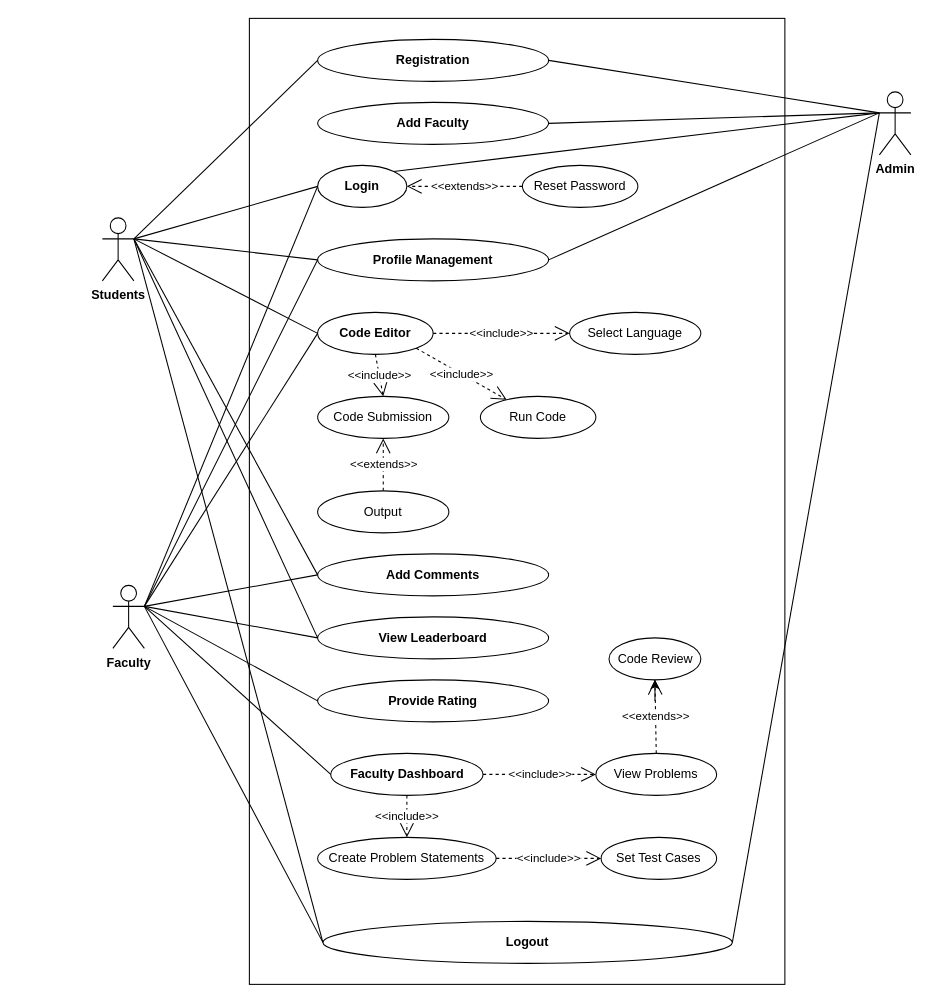
shamim36/Final-Defence-Diagram keeps this draw.io diagram as Use case Diagram.drawio. Above is the earlier version. Source tidied: cells renumbered, new cells numbered last; positions are measured from the earlier drawing's top-left corner, leaving out a move shared by most shapes. Both pictures are drawn from the tidied source at 105%, with x=0, y=0 at pixel (102, 18).
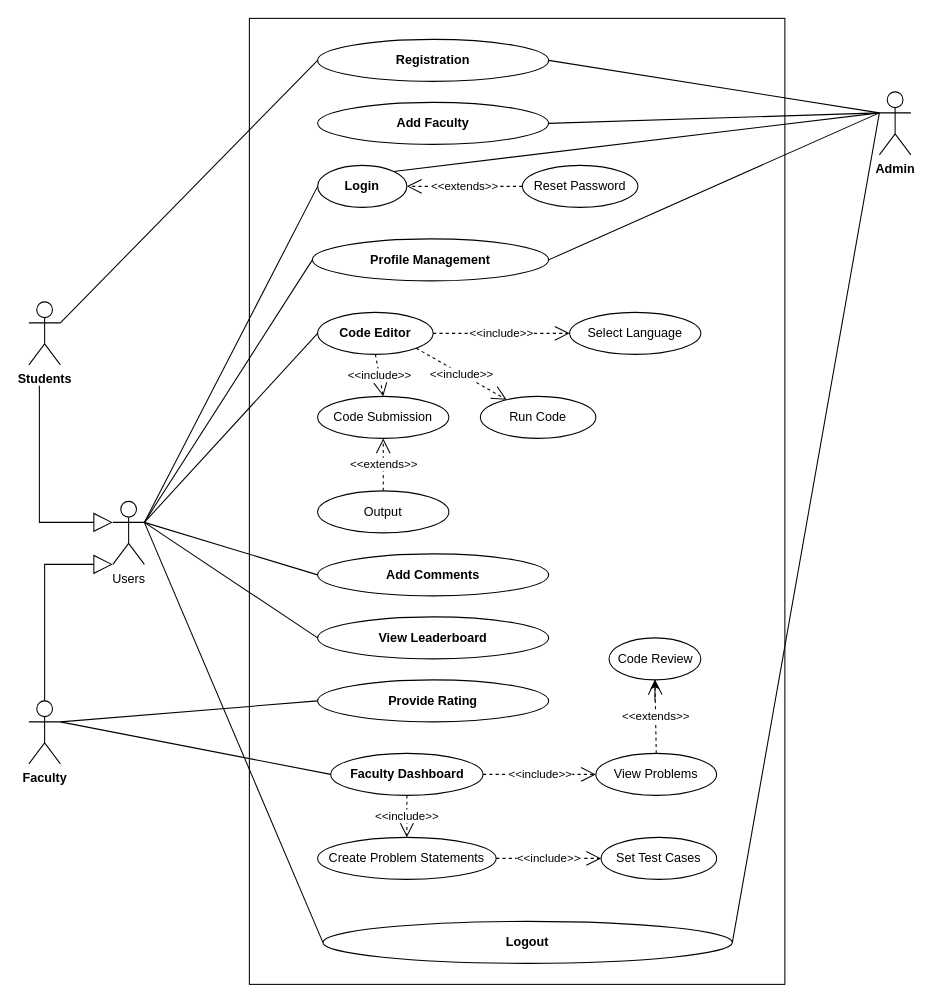
After the change.

Unchanged cells that the change refers to:
```xml
<mxCell id="7" value="&lt;b&gt;Logout&lt;/b&gt;" style="ellipse;whiteSpace=wrap;html=1;" parent="1" vertex="1">
  <mxGeometry x="210" y="860" width="390" height="40" as="geometry" />
</mxCell>
<mxCell id="13" value="&lt;b&gt;Login&lt;/b&gt;" style="ellipse;whiteSpace=wrap;html=1;" parent="1" vertex="1">
  <mxGeometry x="205" y="140" width="85" height="40" as="geometry" />
</mxCell>
<mxCell id="15" value="&lt;b&gt;Code Editor&lt;/b&gt;" style="ellipse;whiteSpace=wrap;html=1;" parent="1" vertex="1">
  <mxGeometry x="205" y="280" width="110" height="40" as="geometry" />
</mxCell>
<mxCell id="20" value="&lt;b&gt;Add Comments&lt;/b&gt;" style="ellipse;whiteSpace=wrap;html=1;" parent="1" vertex="1">
  <mxGeometry x="205" y="510" width="220" height="40" as="geometry" />
</mxCell>
<mxCell id="21" value="&lt;b&gt;View Leaderboard&lt;/b&gt;" style="ellipse;whiteSpace=wrap;html=1;" parent="1" vertex="1">
  <mxGeometry x="205" y="570" width="220" height="40" as="geometry" />
</mxCell>
```

What changed in the source:
```diff
@@
     <mxCell id="4" value="&lt;b&gt;Students&lt;/b&gt;" style="shape=umlActor;verticalLabelPosition=bottom;verticalAlign=top;html=1;outlineConnect=0;" parent="1" vertex="1">
-      <mxGeometry y="190" width="30" height="60" as="geometry" />
+      <mxGeometry x="-70" y="270" width="30" height="60" as="geometry" />
     </mxCell>
     <mxCell id="5" value="&lt;b&gt;Faculty&lt;/b&gt;" style="shape=umlActor;verticalLabelPosition=bottom;verticalAlign=top;html=1;outlineConnect=0;" parent="1" vertex="1">
-      <mxGeometry x="10" y="540" width="30" height="60" as="geometry" />
+      <mxGeometry x="-70" y="650" width="30" height="60" as="geometry" />
     </mxCell>
@@
     <mxCell id="8" value="&lt;b&gt;Profile Management&lt;/b&gt;" style="ellipse;whiteSpace=wrap;html=1;" parent="1" vertex="1">
-      <mxGeometry x="205" y="210" width="220" height="40" as="geometry" />
+      <mxGeometry x="200" y="210" width="225" height="40" as="geometry" />
     </mxCell>
@@
-    <mxCell id="36" style="endArrow=none;html=1;rounded=0;entryX=0;entryY=0.5;entryDx=0;entryDy=0;exitX=1;exitY=0.3333333333333333;exitDx=0;exitDy=0;exitPerimeter=0;" parent="1" edge="1" source="4" target="13">
-      <mxGeometry relative="1" as="geometry" />
-    </mxCell>
@@
-    <mxCell id="38" style="endArrow=none;html=1;rounded=0;entryX=0;entryY=0.5;entryDx=0;entryDy=0;exitX=1;exitY=0.3333333333333333;exitDx=0;exitDy=0;exitPerimeter=0;" parent="1" edge="1" source="5" target="13">
-      <mxGeometry relative="1" as="geometry" />
-    </mxCell>
-    <mxCell id="39" style="endArrow=none;html=1;rounded=0;entryX=0;entryY=0.5;entryDx=0;entryDy=0;exitX=1;exitY=0.3333333333333333;exitDx=0;exitDy=0;exitPerimeter=0;" parent="1" edge="1" source="4" target="8">
-      <mxGeometry relative="1" as="geometry" />
-    </mxCell>
-    <mxCell id="40" style="endArrow=none;html=1;rounded=0;entryX=0;entryY=0.5;entryDx=0;entryDy=0;exitX=1;exitY=0.3333333333333333;exitDx=0;exitDy=0;exitPerimeter=0;" parent="1" edge="1" source="5" target="8">
-      <mxGeometry relative="1" as="geometry" />
-    </mxCell>
@@
-    <mxCell id="42" style="endArrow=none;html=1;rounded=0;entryX=0;entryY=0.5;entryDx=0;entryDy=0;exitX=1;exitY=0.3333333333333333;exitDx=0;exitDy=0;exitPerimeter=0;" parent="1" edge="1" source="5" target="15">
-      <mxGeometry relative="1" as="geometry" />
-    </mxCell>
-    <mxCell id="43" style="endArrow=none;html=1;rounded=0;entryX=0;entryY=0.5;entryDx=0;entryDy=0;exitX=1;exitY=0.3333333333333333;exitDx=0;exitDy=0;exitPerimeter=0;" parent="1" edge="1" source="4" target="15">
-      <mxGeometry relative="1" as="geometry" />
-    </mxCell>
-    <mxCell id="44" style="endArrow=none;html=1;rounded=0;entryX=0;entryY=0.5;entryDx=0;entryDy=0;exitX=1;exitY=0.3333333333333333;exitDx=0;exitDy=0;exitPerimeter=0;" parent="1" edge="1" source="4" target="20">
-      <mxGeometry relative="1" as="geometry" />
-    </mxCell>
-    <mxCell id="45" style="endArrow=none;html=1;rounded=0;entryX=0;entryY=0.5;entryDx=0;entryDy=0;exitX=1;exitY=0.3333333333333333;exitDx=0;exitDy=0;exitPerimeter=0;" parent="1" edge="1" source="5" target="20">
-      <mxGeometry relative="1" as="geometry" />
-    </mxCell>
-    <mxCell id="46" style="endArrow=none;html=1;rounded=0;exitX=1;exitY=0.3333333333333333;exitDx=0;exitDy=0;exitPerimeter=0;entryX=0;entryY=0.5;entryDx=0;entryDy=0;" parent="1" edge="1" source="4" target="21">
-      <mxGeometry relative="1" as="geometry" />
-    </mxCell>
@@
-    <mxCell id="50" style="endArrow=none;html=1;rounded=0;entryX=0;entryY=0.5;entryDx=0;entryDy=0;exitX=1;exitY=0.3333333333333333;exitDx=0;exitDy=0;exitPerimeter=0;" parent="1" edge="1" source="5" target="7">
-      <mxGeometry relative="1" as="geometry" />
-    </mxCell>
-    <mxCell id="51" style="endArrow=none;html=1;rounded=0;entryX=0;entryY=0.5;entryDx=0;entryDy=0;exitX=1;exitY=0.3333333333333333;exitDx=0;exitDy=0;exitPerimeter=0;" parent="1" edge="1" source="4" target="7">
-      <mxGeometry relative="1" as="geometry" />
-    </mxCell>
-    <mxCell id="52" style="endArrow=none;html=1;rounded=0;entryX=0;entryY=0.5;entryDx=0;entryDy=0;exitX=1;exitY=0.3333333333333333;exitDx=0;exitDy=0;exitPerimeter=0;" parent="1" edge="1" source="5" target="21">
-      <mxGeometry relative="1" as="geometry" />
-    </mxCell>
@@
+    <mxCell id="55" value="Users" style="shape=umlActor;verticalLabelPosition=bottom;verticalAlign=top;html=1;outlineConnect=0;" parent="1" vertex="1">
+      <mxGeometry x="10" y="460" width="30" height="60" as="geometry" />
+    </mxCell>
+    <mxCell id="56" style="endArrow=none;html=1;rounded=0;entryX=0;entryY=0.5;entryDx=0;entryDy=0;exitX=1;exitY=0.3333333333333333;exitDx=0;exitDy=0;exitPerimeter=0;" parent="1" edge="1" source="55" target="13">
+      <mxGeometry relative="1" as="geometry" />
+    </mxCell>
+    <mxCell id="57" style="endArrow=none;html=1;rounded=0;entryX=0;entryY=0.5;entryDx=0;entryDy=0;exitX=1;exitY=0.3333333333333333;exitDx=0;exitDy=0;exitPerimeter=0;" parent="1" edge="1" source="55" target="8">
+      <mxGeometry relative="1" as="geometry" />
+    </mxCell>
+    <mxCell id="58" style="endArrow=none;html=1;rounded=0;entryX=0;entryY=0.5;entryDx=0;entryDy=0;exitX=1;exitY=0.3333333333333333;exitDx=0;exitDy=0;exitPerimeter=0;" parent="1" edge="1" source="55" target="15">
+      <mxGeometry relative="1" as="geometry" />
+    </mxCell>
+    <mxCell id="59" style="endArrow=none;html=1;rounded=0;entryX=0;entryY=0.5;entryDx=0;entryDy=0;exitX=1;exitY=0.3333333333333333;exitDx=0;exitDy=0;exitPerimeter=0;" parent="1" edge="1" source="55" target="20">
+      <mxGeometry relative="1" as="geometry" />
+    </mxCell>
+    <mxCell id="60" style="endArrow=none;html=1;rounded=0;entryX=0;entryY=0.5;entryDx=0;entryDy=0;exitX=1;exitY=0.3333333333333333;exitDx=0;exitDy=0;exitPerimeter=0;" parent="1" edge="1" source="55" target="21">
+      <mxGeometry relative="1" as="geometry" />
+    </mxCell>
+    <mxCell id="61" style="endArrow=none;html=1;rounded=0;entryX=0;entryY=0.5;entryDx=0;entryDy=0;exitX=1;exitY=0.3333333333333333;exitDx=0;exitDy=0;exitPerimeter=0;" parent="1" edge="1" source="55" target="7">
+      <mxGeometry relative="1" as="geometry" />
+    </mxCell>
+    <mxCell id="62" style="endArrow=block;endSize=16;endFill=0;html=1;rounded=0;entryX=0;entryY=0.3333333333333333;entryDx=0;entryDy=0;entryPerimeter=0;" parent="1" edge="1" target="55">
+      <mxGeometry relative="1" as="geometry">
+        <mxPoint x="-60" y="350" as="sourcePoint" />
+        <Array as="points">
+          <mxPoint x="-60" y="480" />
+        </Array>
+      </mxGeometry>
+    </mxCell>
+    <mxCell id="63" style="endArrow=block;endSize=16;endFill=0;html=1;rounded=0;exitX=0.5;exitY=0;exitDx=0;exitDy=0;exitPerimeter=0;entryX=0;entryY=1;entryDx=0;entryDy=0;entryPerimeter=0;" parent="1" edge="1" source="5" target="55">
+      <mxGeometry relative="1" as="geometry">
+        <Array as="points">
+          <mxPoint x="-55" y="520" />
+        </Array>
+      </mxGeometry>
+    </mxCell>
```
